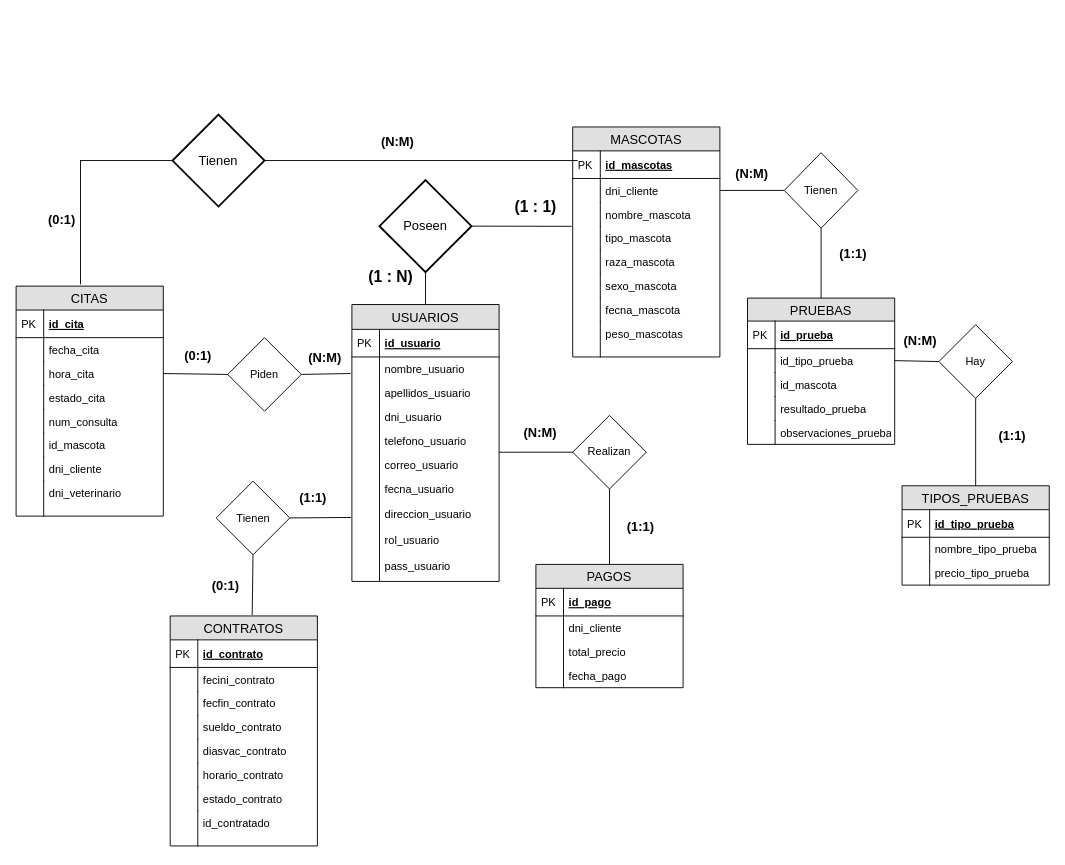
The draw.io diagram BBDD/Modelo Entidad Relacion/Diagrama Entidad Relacion.drawio in poyatos/VITAL-PET, before the edit. Source tidied: cells renumbered, new cells numbered last; positions are measured from the earlier drawing's top-left corner, leaving out a move shared by most shapes. Both pictures are drawn from the tidied source at 92%, with x=0, y=0 at pixel (16, 114).
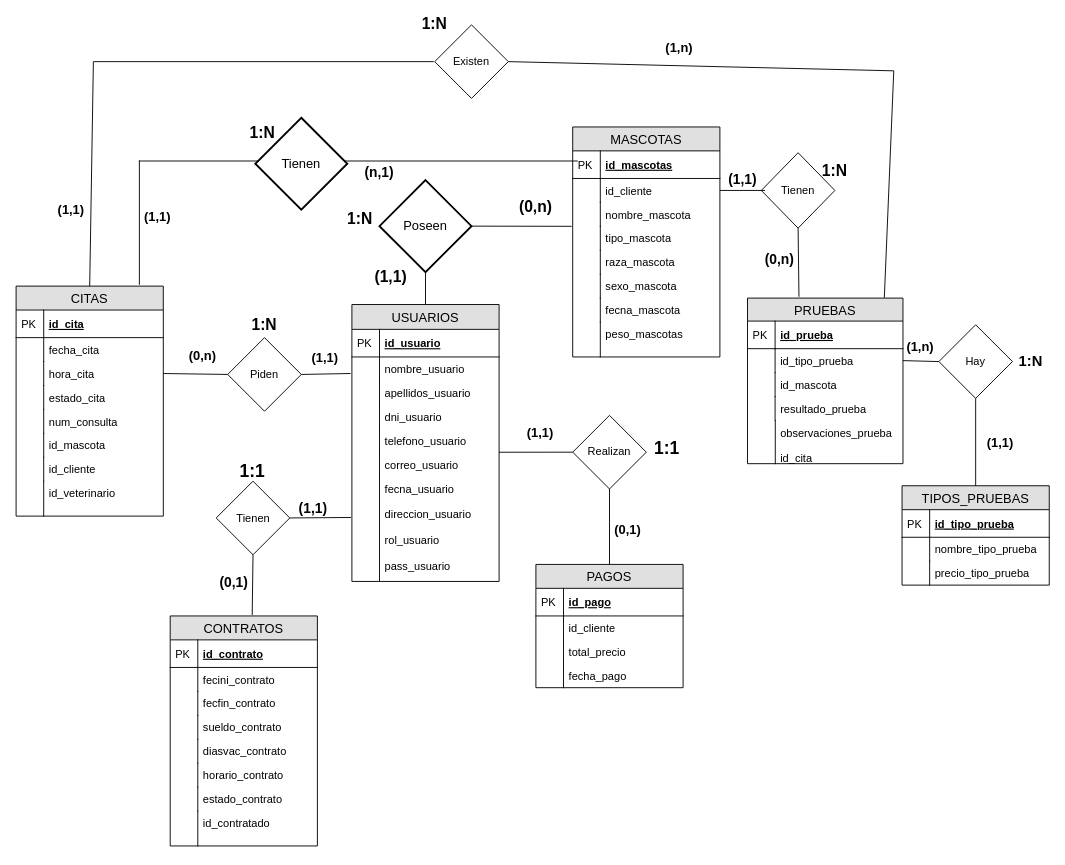
The same page after the edit.

Commit message (it also covers changes not shown here):
Modificacion Entidad Relacion

Unchanged cells that the change refers to:
```xml
<mxCell id="2" value="CITAS" style="swimlane;fontStyle=0;horizontal=1;startSize=26;fillColor=#e0e0e0;swimlaneFillColor=#ffffff;align=center;fontSize=14;" parent="1" vertex="1">
  <mxGeometry y="186.5" width="160" height="250" as="geometry" />
</mxCell>
<mxCell id="36" value="MASCOTAS" style="swimlane;fontStyle=0;horizontal=1;startSize=26;fillColor=#e0e0e0;swimlaneFillColor=#ffffff;align=center;fontSize=14;" parent="1" vertex="1">
  <mxGeometry x="605" y="13.5" width="160" height="250" as="geometry" />
</mxCell>
<mxCell id="53" value="PAGOS" style="swimlane;fontStyle=0;horizontal=1;startSize=26;fillColor=#e0e0e0;swimlaneFillColor=#ffffff;align=center;fontSize=14;" parent="1" vertex="1">
  <mxGeometry x="565" y="489" width="160" height="134" as="geometry" />
</mxCell>
```

The edit, as a diff of the source:
```diff
@@
-    <mxCell id="15" value="dni_cliente" style="shape=partialRectangle;top=0;left=0;right=0;bottom=0;align=left;verticalAlign=top;fillColor=none;spacingLeft=34;spacingRight=4;overflow=hidden;fontSize=12;" parent="2" vertex="1">
+    <mxCell id="15" value="id_cliente" style="shape=partialRectangle;top=0;left=0;right=0;bottom=0;align=left;verticalAlign=top;fillColor=none;spacingLeft=34;spacingRight=4;overflow=hidden;fontSize=12;" parent="2" vertex="1">
       <mxGeometry y="186" width="160" height="26" as="geometry" />
     </mxCell>
@@
-    <mxCell id="17" value="dni_veterinario&#10;" style="shape=partialRectangle;top=0;left=0;right=0;bottom=0;align=left;verticalAlign=top;fillColor=none;spacingLeft=34;spacingRight=4;overflow=hidden;fontSize=12;" parent="2" vertex="1">
+    <mxCell id="17" value="id_veterinario&#10;" style="shape=partialRectangle;top=0;left=0;right=0;bottom=0;align=left;verticalAlign=top;fillColor=none;spacingLeft=34;spacingRight=4;overflow=hidden;fontSize=12;" parent="2" vertex="1">
       <mxGeometry y="212" width="160" height="38" as="geometry" />
     </mxCell>
@@
-    <mxCell id="39" value="dni_cliente" style="shape=partialRectangle;top=0;left=0;right=0;bottom=0;align=left;verticalAlign=top;fillColor=none;spacingLeft=34;spacingRight=4;overflow=hidden;points=[[0,0.5],[1,0.5]];portConstraint=eastwest;fontSize=12;" parent="36" vertex="1">
+    <mxCell id="39" value="id_cliente" style="shape=partialRectangle;top=0;left=0;right=0;bottom=0;align=left;verticalAlign=top;fillColor=none;spacingLeft=34;spacingRight=4;overflow=hidden;points=[[0,0.5],[1,0.5]];portConstraint=eastwest;fontSize=12;" parent="36" vertex="1">
       <mxGeometry y="56" width="160" height="26" as="geometry" />
     </mxCell>
@@
-    <mxCell id="56" value="dni_cliente" style="shape=partialRectangle;top=0;left=0;right=0;bottom=0;align=left;verticalAlign=top;fillColor=none;spacingLeft=34;spacingRight=4;overflow=hidden;fontSize=12;" parent="53" vertex="1">
+    <mxCell id="56" value="id_cliente" style="shape=partialRectangle;top=0;left=0;right=0;bottom=0;align=left;verticalAlign=top;fillColor=none;spacingLeft=34;spacingRight=4;overflow=hidden;fontSize=12;" parent="53" vertex="1">
       <mxGeometry y="56" width="160" height="26" as="geometry" />
     </mxCell>
@@
     <mxCell id="62" value="PRUEBAS" style="swimlane;fontStyle=0;horizontal=1;startSize=25;fillColor=#e0e0e0;swimlaneFillColor=#ffffff;align=center;fontSize=14;" parent="1" vertex="1">
-      <mxGeometry x="795" y="199.5" width="160" height="159" as="geometry" />
+      <mxGeometry x="795" y="199.5" width="169" height="180" as="geometry" />
     </mxCell>
     <mxCell id="63" value="id_prueba" style="shape=partialRectangle;top=0;left=0;right=0;bottom=1;align=left;verticalAlign=middle;fillColor=none;spacingLeft=34;spacingRight=4;overflow=hidden;fontStyle=5;fontSize=12;" parent="62" vertex="1">
-      <mxGeometry y="25" width="160" height="30" as="geometry" />
+      <mxGeometry y="25" width="169" height="30" as="geometry" />
     </mxCell>
@@
     <mxCell id="65" value="id_tipo_prueba" style="shape=partialRectangle;top=0;left=0;right=0;bottom=0;align=left;verticalAlign=top;fillColor=none;spacingLeft=34;spacingRight=4;overflow=hidden;points=[[0,0.5],[1,0.5]];portConstraint=eastwest;fontSize=12;" parent="62" vertex="1">
-      <mxGeometry y="55" width="160" height="26" as="geometry" />
+      <mxGeometry y="55" width="169" height="26" as="geometry" />
     </mxCell>
@@
     <mxCell id="67" value="id_mascota" style="shape=partialRectangle;top=0;left=0;right=0;bottom=0;align=left;verticalAlign=top;fillColor=none;spacingLeft=34;spacingRight=4;overflow=hidden;fontSize=12;" parent="62" vertex="1">
-      <mxGeometry y="81" width="160" height="26" as="geometry" />
+      <mxGeometry y="81" width="169" height="26" as="geometry" />
     </mxCell>
@@
     <mxCell id="69" value="resultado_prueba" style="shape=partialRectangle;top=0;left=0;right=0;bottom=0;align=left;verticalAlign=top;fillColor=none;spacingLeft=34;spacingRight=4;overflow=hidden;fontSize=12;" parent="62" vertex="1">
-      <mxGeometry y="107" width="160" height="26" as="geometry" />
+      <mxGeometry y="107" width="169" height="26" as="geometry" />
     </mxCell>
@@
-    <mxCell id="71" value="observaciones_prueba" style="shape=partialRectangle;top=0;left=0;right=0;bottom=0;align=left;verticalAlign=top;fillColor=none;spacingLeft=34;spacingRight=4;overflow=hidden;fontSize=12;" parent="62" vertex="1">
-      <mxGeometry y="133" width="160" height="26" as="geometry" />
+    <mxCell id="71" value="observaciones_prueba&#10;&#10;id_cita&#10;" style="shape=partialRectangle;top=0;left=0;right=0;bottom=0;align=left;verticalAlign=top;fillColor=none;spacingLeft=34;spacingRight=4;overflow=hidden;fontSize=12;" parent="62" vertex="1">
+      <mxGeometry y="133" width="169" height="47" as="geometry" />
     </mxCell>
     <mxCell id="72" style="shape=partialRectangle;top=0;left=0;bottom=0;fillColor=none;align=left;verticalAlign=top;spacingLeft=4;spacingRight=4;overflow=hidden;fontSize=12;" parent="71" vertex="1">
-      <mxGeometry width="30" height="26" as="geometry" />
+      <mxGeometry width="30.2" height="47" as="geometry" />
     </mxCell>
@@
-    <mxCell id="96" value="&lt;b style=&quot;line-height: 130%&quot;&gt;&lt;font style=&quot;font-size: 17px&quot;&gt;(1 : N)&lt;/font&gt;&lt;/b&gt;" style="text;html=1;strokeColor=none;fillColor=none;align=center;verticalAlign=middle;whiteSpace=wrap;rounded=0;" parent="1" vertex="1">
+    <mxCell id="96" value="&lt;b style=&quot;line-height: 130%&quot;&gt;&lt;font style=&quot;font-size: 17px&quot;&gt;(1,1)&lt;/font&gt;&lt;/b&gt;" style="text;html=1;strokeColor=none;fillColor=none;align=center;verticalAlign=middle;whiteSpace=wrap;rounded=0;" parent="1" vertex="1">
       <mxGeometry x="380" y="166.5" width="55" height="20" as="geometry" />
     </mxCell>
-    <mxCell id="97" value="&lt;b style=&quot;line-height: 130%&quot;&gt;&lt;font style=&quot;font-size: 17px&quot;&gt;(1 : 1)&lt;/font&gt;&lt;/b&gt;" style="text;html=1;strokeColor=none;fillColor=none;align=center;verticalAlign=middle;whiteSpace=wrap;rounded=0;" parent="1" vertex="1">
+    <mxCell id="97" value="&lt;b style=&quot;line-height: 130%&quot;&gt;&lt;font style=&quot;font-size: 17px&quot;&gt;(0,n)&lt;/font&gt;&lt;/b&gt;" style="text;html=1;strokeColor=none;fillColor=none;align=center;verticalAlign=middle;whiteSpace=wrap;rounded=0;" parent="1" vertex="1">
       <mxGeometry x="540" y="93.5" width="50" height="15" as="geometry" />
     </mxCell>
@@
-    <mxCell id="101" value="&lt;b&gt;&lt;font style=&quot;font-size: 14px&quot;&gt;(N:M)&lt;/font&gt;&lt;/b&gt;" style="text;html=1;strokeColor=none;fillColor=none;align=center;verticalAlign=middle;whiteSpace=wrap;rounded=0;direction=south;" parent="1" vertex="1">
+    <mxCell id="101" value="&lt;span style=&quot;font-size: 14px&quot;&gt;&lt;b&gt;(1,1)&lt;/b&gt;&lt;/span&gt;" style="text;html=1;strokeColor=none;fillColor=none;align=center;verticalAlign=middle;whiteSpace=wrap;rounded=0;direction=south;" parent="1" vertex="1">
       <mxGeometry x="322.5" y="238.5" width="26" height="50" as="geometry" />
     </mxCell>
-    <mxCell id="102" value="&lt;b&gt;&lt;font style=&quot;font-size: 14px&quot;&gt;(0:1)&lt;/font&gt;&lt;/b&gt;" style="text;html=1;strokeColor=none;fillColor=none;align=center;verticalAlign=middle;whiteSpace=wrap;rounded=0;" parent="1" vertex="1">
-      <mxGeometry x="177.5" y="251.5" width="40" height="20" as="geometry" />
+    <mxCell id="102" value="&lt;b&gt;&lt;font style=&quot;font-size: 14px&quot;&gt;(0,n)&lt;/font&gt;&lt;/b&gt;" style="text;html=1;strokeColor=none;fillColor=none;align=center;verticalAlign=middle;whiteSpace=wrap;rounded=0;" parent="1" vertex="1">
+      <mxGeometry x="182.5" y="251.5" width="40" height="20" as="geometry" />
     </mxCell>
@@
     <mxCell id="106" value="Tienen" style="rhombus;whiteSpace=wrap;html=1;" parent="1" vertex="1">
-      <mxGeometry x="835" y="41.5" width="80" height="82" as="geometry" />
+      <mxGeometry x="810" y="41.5" width="80" height="82" as="geometry" />
     </mxCell>
-    <mxCell id="107" style="endArrow=none;html=1;exitX=0;exitY=0.5;exitDx=0;exitDy=0;entryX=1;entryY=0.5;entryDx=0;entryDy=0;" parent="1" edge="1" source="106" target="39">
-      <mxGeometry relative="1" as="geometry" />
+    <mxCell id="107" style="endArrow=none;html=1;entryX=1;entryY=0.5;entryDx=0;entryDy=0;" parent="1" edge="1" target="39">
+      <mxGeometry relative="1" as="geometry">
+        <mxPoint x="814" y="82.5" as="sourcePoint" />
+      </mxGeometry>
     </mxCell>
-    <mxCell id="108" style="endArrow=none;html=1;exitX=0.5;exitY=1;exitDx=0;exitDy=0;entryX=0.5;entryY=0;entryDx=0;entryDy=0;" parent="1" edge="1" source="106" target="62">
+    <mxCell id="108" style="endArrow=none;html=1;exitX=0.5;exitY=1;exitDx=0;exitDy=0;entryX=0.331;entryY=-0.008;entryDx=0;entryDy=0;entryPerimeter=0;" parent="1" edge="1" source="106" target="62">
       <mxGeometry relative="1" as="geometry" />
     </mxCell>
@@
-    <mxCell id="117" value="&lt;b&gt;&lt;font style=&quot;font-size: 14px&quot;&gt;(N:M)&lt;/font&gt;&lt;/b&gt;" style="text;html=1;strokeColor=none;fillColor=none;align=center;verticalAlign=middle;whiteSpace=wrap;rounded=0;" parent="1" vertex="1">
+    <mxCell id="117" value="&lt;b&gt;&lt;font style=&quot;font-size: 14px&quot;&gt;(1,1)&lt;/font&gt;&lt;/b&gt;" style="text;html=1;strokeColor=none;fillColor=none;align=center;verticalAlign=middle;whiteSpace=wrap;rounded=0;" parent="1" vertex="1">
       <mxGeometry x="545" y="333" width="50" height="26" as="geometry" />
     </mxCell>
     <mxCell id="118" style="shape=partialRectangle;whiteSpace=wrap;html=1;bottom=0;right=0;fillColor=none;" parent="1" vertex="1">
-      <mxGeometry x="70" y="50" width="540" height="134" as="geometry" />
+      <mxGeometry x="134" y="50.5" width="476" height="134" as="geometry" />
     </mxCell>
     <mxCell id="119" value="Tienen" style="shape=rhombus;strokeWidth=2;fontSize=17;perimeter=rhombusPerimeter;whiteSpace=wrap;html=1;align=center;fontSize=14;" parent="1" vertex="1">
-      <mxGeometry x="170" width="100" height="100" as="geometry" />
+      <mxGeometry x="260" y="3.5" width="100" height="100" as="geometry" />
     </mxCell>
-    <mxCell id="120" value="&lt;b&gt;&lt;font style=&quot;font-size: 14px&quot;&gt;(N:M)&lt;/font&gt;&lt;/b&gt;" style="text;html=1;strokeColor=none;fillColor=none;align=center;verticalAlign=middle;whiteSpace=wrap;rounded=0;" parent="1" vertex="1">
-      <mxGeometry x="780" y="54.5" width="40" height="20" as="geometry" />
+    <mxCell id="120" value="&lt;b&gt;&lt;font style=&quot;font-size: 15px&quot;&gt;(1,1)&lt;/font&gt;&lt;/b&gt;" style="text;html=1;strokeColor=none;fillColor=none;align=center;verticalAlign=middle;whiteSpace=wrap;rounded=0;" parent="1" vertex="1">
+      <mxGeometry x="770" y="59.5" width="40" height="20" as="geometry" />
     </mxCell>
-    <mxCell id="121" value="&lt;b&gt;&lt;font style=&quot;font-size: 14px&quot;&gt;(N:M)&lt;/font&gt;&lt;/b&gt;" style="text;html=1;strokeColor=none;fillColor=none;align=center;verticalAlign=middle;whiteSpace=wrap;rounded=0;" parent="1" vertex="1">
-      <mxGeometry x="395" y="19.5" width="40" height="20" as="geometry" />
+    <mxCell id="121" value="&lt;b style=&quot;font-size: 15px&quot;&gt;(n,1)&lt;/b&gt;" style="text;html=1;strokeColor=none;fillColor=none;align=center;verticalAlign=middle;whiteSpace=wrap;rounded=0;" parent="1" vertex="1">
+      <mxGeometry x="375" y="51.5" width="40" height="20" as="geometry" />
     </mxCell>
-    <mxCell id="122" value="&lt;b&gt;&lt;font style=&quot;font-size: 14px&quot;&gt;(0:1)&lt;/font&gt;&lt;/b&gt;" style="text;html=1;strokeColor=none;fillColor=none;align=center;verticalAlign=middle;whiteSpace=wrap;rounded=0;" parent="1" vertex="1">
-      <mxGeometry x="207.5" y="501.5" width="40" height="20" as="geometry" />
+    <mxCell id="122" value="&lt;b&gt;&lt;font style=&quot;font-size: 15px&quot;&gt;(0,1)&lt;/font&gt;&lt;/b&gt;" style="text;html=1;strokeColor=none;fillColor=none;align=center;verticalAlign=middle;whiteSpace=wrap;rounded=0;" parent="1" vertex="1">
+      <mxGeometry x="217" y="497.5" width="40" height="20" as="geometry" />
     </mxCell>
-    <mxCell id="123" value="&lt;b&gt;&lt;font style=&quot;font-size: 14px&quot;&gt;(0:1)&lt;/font&gt;&lt;/b&gt;" style="text;html=1;strokeColor=none;fillColor=none;align=center;verticalAlign=middle;whiteSpace=wrap;rounded=0;" parent="1" vertex="1">
-      <mxGeometry x="30" y="103.5" width="40" height="20" as="geometry" />
+    <mxCell id="123" value="&lt;b&gt;&lt;font style=&quot;font-size: 14px&quot;&gt;(1,1)&lt;/font&gt;&lt;/b&gt;" style="text;html=1;strokeColor=none;fillColor=none;align=center;verticalAlign=middle;whiteSpace=wrap;rounded=0;" parent="1" vertex="1">
+      <mxGeometry x="134" y="101" width="40" height="20" as="geometry" />
     </mxCell>
-    <mxCell id="124" value="&lt;span style=&quot;font-size: 14px&quot;&gt;&lt;b&gt;(1:1)&lt;/b&gt;&lt;/span&gt;" style="text;html=1;strokeColor=none;fillColor=none;align=center;verticalAlign=middle;whiteSpace=wrap;rounded=0;" parent="1" vertex="1">
-      <mxGeometry x="890" y="140.5" width="40" height="20" as="geometry" />
+    <mxCell id="124" value="&lt;b&gt;&lt;font style=&quot;font-size: 15px&quot;&gt;(0,n)&lt;/font&gt;&lt;/b&gt;" style="text;html=1;strokeColor=none;fillColor=none;align=center;verticalAlign=middle;whiteSpace=wrap;rounded=0;" parent="1" vertex="1">
+      <mxGeometry x="810" y="146.5" width="40" height="20" as="geometry" />
     </mxCell>
-    <mxCell id="125" value="&lt;span style=&quot;font-size: 14px&quot;&gt;&lt;b&gt;(1:1)&lt;/b&gt;&lt;/span&gt;" style="text;html=1;strokeColor=none;fillColor=none;align=center;verticalAlign=middle;whiteSpace=wrap;rounded=0;" parent="1" vertex="1">
-      <mxGeometry x="659" y="438" width="40" height="20" as="geometry" />
+    <mxCell id="125" value="&lt;span style=&quot;font-size: 14px&quot;&gt;&lt;b&gt;(0,1)&lt;/b&gt;&lt;/span&gt;" style="text;html=1;strokeColor=none;fillColor=none;align=center;verticalAlign=middle;whiteSpace=wrap;rounded=0;" parent="1" vertex="1">
+      <mxGeometry x="645" y="440.5" width="40" height="20" as="geometry" />
     </mxCell>
-    <mxCell id="126" value="&lt;span style=&quot;font-size: 14px&quot;&gt;&lt;b&gt;(1:1)&lt;/b&gt;&lt;/span&gt;" style="text;html=1;strokeColor=none;fillColor=none;align=center;verticalAlign=middle;whiteSpace=wrap;rounded=0;" parent="1" vertex="1">
-      <mxGeometry x="302.5" y="407" width="40" height="20" as="geometry" />
+    <mxCell id="126" value="&lt;b&gt;&lt;font style=&quot;font-size: 15px&quot;&gt;(1,1)&lt;/font&gt;&lt;/b&gt;" style="text;html=1;strokeColor=none;fillColor=none;align=center;verticalAlign=middle;whiteSpace=wrap;rounded=0;" parent="1" vertex="1">
+      <mxGeometry x="302.5" y="417.5" width="40" height="20" as="geometry" />
     </mxCell>
-    <mxCell id="127" value="&lt;b&gt;&lt;font style=&quot;font-size: 14px&quot;&gt;(N:M)&lt;/font&gt;&lt;/b&gt;" style="text;html=1;strokeColor=none;fillColor=none;align=center;verticalAlign=middle;whiteSpace=wrap;rounded=0;" parent="1" vertex="1">
-      <mxGeometry x="963" y="235.5" width="40" height="20" as="geometry" />
+    <mxCell id="127" value="&lt;b&gt;&lt;font style=&quot;font-size: 14px&quot;&gt;(1,n)&lt;/font&gt;&lt;/b&gt;" style="text;html=1;strokeColor=none;fillColor=none;align=center;verticalAlign=middle;whiteSpace=wrap;rounded=0;" parent="1" vertex="1">
+      <mxGeometry x="963" y="242.5" width="40" height="20" as="geometry" />
     </mxCell>
-    <mxCell id="128" value="&lt;span style=&quot;font-size: 14px&quot;&gt;&lt;b&gt;(1:1)&lt;/b&gt;&lt;/span&gt;" style="text;html=1;strokeColor=none;fillColor=none;align=center;verticalAlign=middle;whiteSpace=wrap;rounded=0;" parent="1" vertex="1">
-      <mxGeometry x="1063" y="338.5" width="40" height="20" as="geometry" />
+    <mxCell id="128" value="&lt;span style=&quot;font-size: 14px&quot;&gt;&lt;b&gt;(1,1)&lt;/b&gt;&lt;/span&gt;" style="text;html=1;strokeColor=none;fillColor=none;align=center;verticalAlign=middle;whiteSpace=wrap;rounded=0;" parent="1" vertex="1">
+      <mxGeometry x="1050" y="346.5" width="40" height="20" as="geometry" />
     </mxCell>
+    <mxCell id="129" value="&lt;b&gt;&lt;font style=&quot;font-size: 17px&quot;&gt;1:N&lt;/font&gt;&lt;/b&gt;" style="text;html=1;strokeColor=none;fillColor=none;align=center;verticalAlign=middle;whiteSpace=wrap;rounded=0;direction=south;" parent="1" vertex="1">
+      <mxGeometry x="257" y="204.5" width="26" height="50" as="geometry" />
+    </mxCell>
+    <mxCell id="130" value="&lt;b style=&quot;line-height: 130%&quot;&gt;&lt;font style=&quot;font-size: 17px&quot;&gt;1:N&lt;/font&gt;&lt;/b&gt;" style="text;html=1;strokeColor=none;fillColor=none;align=center;verticalAlign=middle;whiteSpace=wrap;rounded=0;" parent="1" vertex="1">
+      <mxGeometry x="348.5" y="106" width="50" height="15" as="geometry" />
+    </mxCell>
+    <mxCell id="131" value="&lt;b&gt;&lt;font style=&quot;font-size: 19px&quot;&gt;1:1&lt;/font&gt;&lt;/b&gt;" style="text;html=1;strokeColor=none;fillColor=none;align=center;verticalAlign=middle;whiteSpace=wrap;rounded=0;" parent="1" vertex="1">
+      <mxGeometry x="685" y="350" width="45" height="25" as="geometry" />
+    </mxCell>
+    <mxCell id="132" value="&lt;span style=&quot;font-size: 14px&quot;&gt;&lt;b style=&quot;font-size: 17px&quot;&gt;1:N&lt;/b&gt;&lt;/span&gt;" style="text;html=1;strokeColor=none;fillColor=none;align=center;verticalAlign=middle;whiteSpace=wrap;rounded=0;" parent="1" vertex="1">
+      <mxGeometry x="873" y="51.5" width="34" height="20" as="geometry" />
+    </mxCell>
+    <mxCell id="133" value="&lt;b&gt;&lt;font style=&quot;font-size: 16px&quot;&gt;1:N&lt;/font&gt;&lt;/b&gt;" style="text;html=1;strokeColor=none;fillColor=none;align=center;verticalAlign=middle;whiteSpace=wrap;rounded=0;" parent="1" vertex="1">
+      <mxGeometry x="1083" y="257.5" width="40" height="20" as="geometry" />
+    </mxCell>
+    <mxCell id="134" value="&lt;b&gt;&lt;font style=&quot;font-size: 19px&quot;&gt;1:1&lt;/font&gt;&lt;/b&gt;" style="text;html=1;strokeColor=none;fillColor=none;align=center;verticalAlign=middle;whiteSpace=wrap;rounded=0;" parent="1" vertex="1">
+      <mxGeometry x="237" y="378.5" width="40" height="20" as="geometry" />
+    </mxCell>
+    <mxCell id="135" value="&lt;b&gt;&lt;font style=&quot;font-size: 17px&quot;&gt;1:N&lt;/font&gt;&lt;/b&gt;" style="text;html=1;strokeColor=none;fillColor=none;align=center;verticalAlign=middle;whiteSpace=wrap;rounded=0;" parent="1" vertex="1">
+      <mxGeometry x="247.5" y="10.5" width="40" height="20" as="geometry" />
+    </mxCell>
+    <mxCell id="136" value="Existen" style="rhombus;whiteSpace=wrap;html=1;" parent="1" vertex="1">
+      <mxGeometry x="455" y="-97.5" width="80" height="80" as="geometry" />
+    </mxCell>
+    <mxCell id="137" style="endArrow=none;html=1;exitX=0.5;exitY=0;exitDx=0;exitDy=0;" parent="1" edge="1" source="2">
+      <mxGeometry relative="1" as="geometry">
+        <mxPoint x="84" y="-57.5" as="targetPoint" />
+      </mxGeometry>
+    </mxCell>
+    <mxCell id="138" style="endArrow=none;html=1;" parent="1" edge="1">
+      <mxGeometry relative="1" as="geometry">
+        <mxPoint x="454" y="-57.5" as="sourcePoint" />
+        <mxPoint x="84" y="-57.5" as="targetPoint" />
+      </mxGeometry>
+    </mxCell>
+    <mxCell id="139" style="endArrow=none;html=1;exitX=1;exitY=0.5;exitDx=0;exitDy=0;" parent="1" edge="1" source="136">
+      <mxGeometry relative="1" as="geometry">
+        <mxPoint x="954" y="-47.5" as="targetPoint" />
+      </mxGeometry>
+    </mxCell>
+    <mxCell id="140" style="endArrow=none;html=1;exitX=0.88;exitY=-0.002;exitDx=0;exitDy=0;exitPerimeter=0;" parent="1" edge="1" source="62">
+      <mxGeometry relative="1" as="geometry">
+        <mxPoint x="954" y="-47.5" as="targetPoint" />
+      </mxGeometry>
+    </mxCell>
+    <mxCell id="141" value="&lt;b&gt;&lt;font style=&quot;font-size: 14px&quot;&gt;(1,1)&lt;/font&gt;&lt;/b&gt;" style="text;html=1;strokeColor=none;fillColor=none;align=center;verticalAlign=middle;whiteSpace=wrap;rounded=0;" parent="1" vertex="1">
+      <mxGeometry x="40" y="93.5" width="40" height="20" as="geometry" />
+    </mxCell>
+    <mxCell id="142" value="&lt;span style=&quot;font-size: 14px&quot;&gt;&lt;b&gt;(1,n)&lt;/b&gt;&lt;/span&gt;" style="text;html=1;strokeColor=none;fillColor=none;align=center;verticalAlign=middle;whiteSpace=wrap;rounded=0;direction=south;" parent="1" vertex="1">
+      <mxGeometry x="707.5" y="-97.5" width="26" height="50" as="geometry" />
+    </mxCell>
+    <mxCell id="143" value="&lt;b&gt;&lt;font style=&quot;font-size: 17px&quot;&gt;1:N&lt;/font&gt;&lt;/b&gt;" style="text;html=1;strokeColor=none;fillColor=none;align=center;verticalAlign=middle;whiteSpace=wrap;rounded=0;" parent="1" vertex="1">
+      <mxGeometry x="435" y="-107.5" width="40" height="20" as="geometry" />
+    </mxCell>
```
